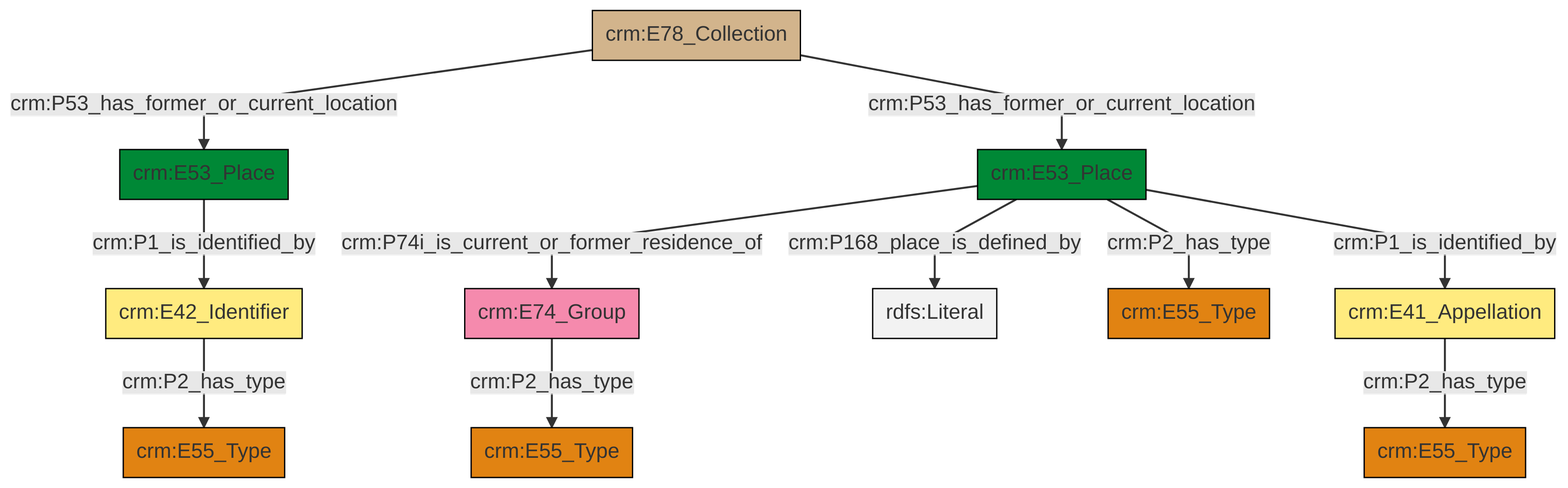
Earlier version of the Mermaid export et/archivalCSV/ttl/mmd/png/archival_location.png (swiss-art-research-net/docs.swissartresearch). Its source is kept beside it as et/archivalCSV/ttl/mmd/archival_location.ttl.mmd.
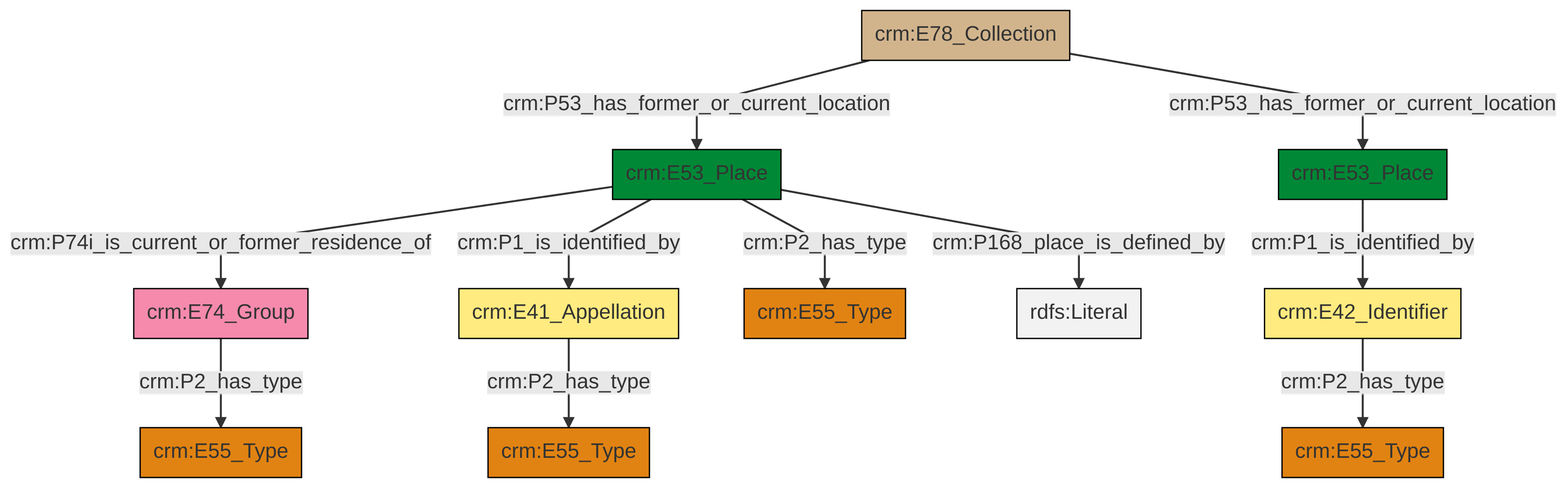
The same file after the commit.

Change to the diagram source:
```diff
@@ -13,13 +13,13 @@
 classDef PC_Classes fill:#4ce600, stroke:#000000;
 classDef Multi fill:#cccccc,stroke:#000000;
 
-2["crm:E78_Collection"]:::Physical_Thing -->|crm:P53_has_former_or_current_location| 3["crm:E53_Place"]:::Place
-3["crm:E53_Place"]:::Place -->|crm:P1_is_identified_by| 4["crm:E42_Identifier"]:::Appellation
-7["crm:E53_Place"]:::Place -->|crm:P74i_is_current_or_former_residence_of| 8["crm:E74_Group"]:::Actor
-4["crm:E42_Identifier"]:::Appellation -->|crm:P2_has_type| 14["crm:E55_Type"]:::Type
-7["crm:E53_Place"]:::Place -->|crm:P168_place_is_defined_by| 15[rdfs:Literal]:::Literal
-8["crm:E74_Group"]:::Actor -->|crm:P2_has_type| 9["crm:E55_Type"]:::Type
-7["crm:E53_Place"]:::Place -->|crm:P2_has_type| 0["crm:E55_Type"]:::Type
-2["crm:E78_Collection"]:::Physical_Thing -->|crm:P53_has_former_or_current_location| 7["crm:E53_Place"]:::Place
-22["crm:E41_Appellation"]:::Appellation -->|crm:P2_has_type| 12["crm:E55_Type"]:::Type
-7["crm:E53_Place"]:::Place -->|crm:P1_is_identified_by| 22["crm:E41_Appellation"]:::Appellation
+0["crm:E53_Place"]:::Place -->|crm:P74i_is_current_or_former_residence_of| 1["crm:E74_Group"]:::Actor
+0["crm:E53_Place"]:::Place -->|crm:P1_is_identified_by| 4["crm:E41_Appellation"]:::Appellation
+8["crm:E53_Place"]:::Place -->|crm:P1_is_identified_by| 9["crm:E42_Identifier"]:::Appellation
+2["crm:E78_Collection"]:::Physical_Thing -->|crm:P53_has_former_or_current_location| 0["crm:E53_Place"]:::Place
+0["crm:E53_Place"]:::Place -->|crm:P2_has_type| 13["crm:E55_Type"]:::Type
+0["crm:E53_Place"]:::Place -->|crm:P168_place_is_defined_by| 19[rdfs:Literal]:::Literal
+9["crm:E42_Identifier"]:::Appellation -->|crm:P2_has_type| 16["crm:E55_Type"]:::Type
+2["crm:E78_Collection"]:::Physical_Thing -->|crm:P53_has_former_or_current_location| 8["crm:E53_Place"]:::Place
+4["crm:E41_Appellation"]:::Appellation -->|crm:P2_has_type| 5["crm:E55_Type"]:::Type
+1["crm:E74_Group"]:::Actor -->|crm:P2_has_type| 11["crm:E55_Type"]:::Type
```
